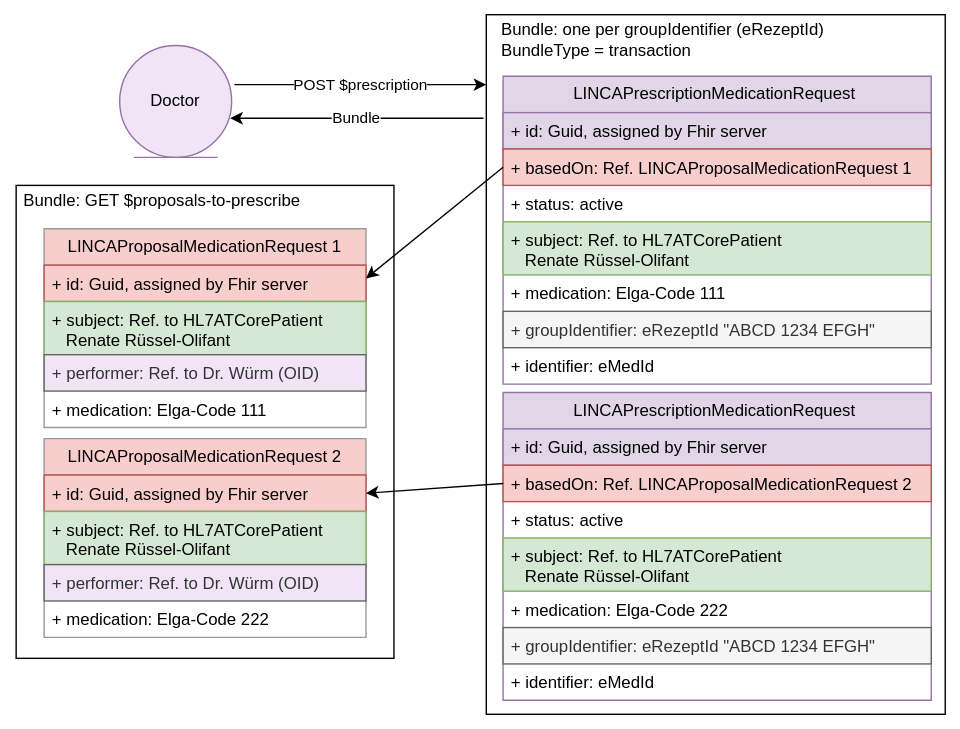
Above: r5-LinkedCare-dev/UserStory_010_diagram.svg in HL7Austria/hl7austria.github.io (draw.io), before the change. Source tidied: cells renumbered, new cells last; positions are measured from the earlier drawing's top-left corner, leaving out a move shared by most shapes.
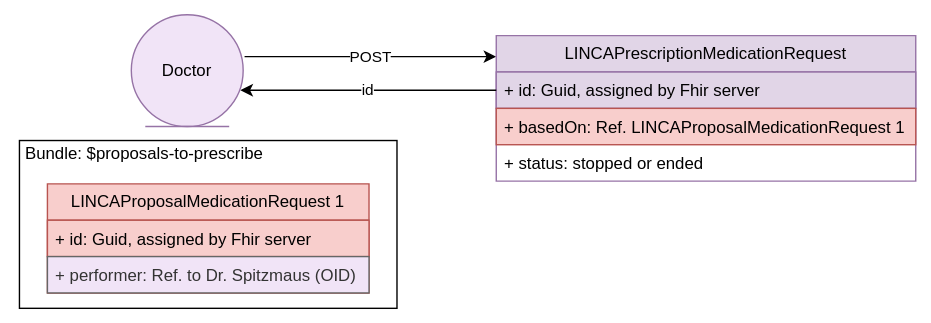
Above is the later version.

The edit, as a diff of the source:
```diff
@@ -2,116 +2,46 @@
   <root>
     <mxCell id="0" />
     <mxCell id="1" parent="0" />
-    <mxCell id="2" style="rounded=0;whiteSpace=wrap;html=1;" parent="1" vertex="1">
-      <mxGeometry x="337" width="328" height="500" as="geometry" />
-    </mxCell>
     <mxCell id="3" style="rounded=0;whiteSpace=wrap;html=1;" parent="1" vertex="1">
-      <mxGeometry x="1" y="122" width="270" height="338" as="geometry" />
+      <mxGeometry x="-4" y="110" width="270" height="120" as="geometry" />
     </mxCell>
-    <mxCell id="4" value="POST $prescription" style="endArrow=classic;html=1;rounded=0;" parent="1" edge="1">
+    <mxCell id="4" value="POST" style="endArrow=classic;html=1;rounded=0;" parent="1" edge="1">
       <mxGeometry relative="1" as="geometry">
         <mxPoint x="157" y="50" as="sourcePoint" />
         <mxPoint x="337" y="50" as="targetPoint" />
       </mxGeometry>
     </mxCell>
-    <mxCell id="5" value="LINCAPrescriptionMedicationRequest&amp;nbsp;" style="swimlane;fontStyle=0;horizontal=1;startSize=26;fillColor=#e1d5e7;whiteSpace=wrap;html=1;strokeColor=#9673a6;" parent="1" vertex="1">
-      <mxGeometry x="349" y="44" width="306" height="220" as="geometry" />
+    <mxCell id="5" value="LINCAPrescriptionMedicationRequest" style="swimlane;fontStyle=0;horizontal=1;startSize=26;fillColor=#e1d5e7;whiteSpace=wrap;html=1;strokeColor=#9673a6;" parent="1" vertex="1">
+      <mxGeometry x="337" y="35" width="300" height="104" as="geometry" />
     </mxCell>
     <mxCell id="6" value="+ id: Guid, assigned by Fhir server" style="text;strokeColor=#9673a6;fillColor=#e1d5e7;align=left;verticalAlign=top;spacingLeft=4;spacingRight=4;overflow=hidden;points=[[0,0.5],[1,0.5]];portConstraint=eastwest;whiteSpace=wrap;html=1;" parent="5" vertex="1">
-      <mxGeometry y="26" width="306" height="26" as="geometry" />
+      <mxGeometry y="26" width="300" height="26" as="geometry" />
     </mxCell>
     <mxCell id="7" value="+ basedOn: Ref. LINCAProposalMedicationRequest 1" style="text;strokeColor=#b85450;fillColor=#f8cecc;align=left;verticalAlign=top;spacingLeft=4;spacingRight=4;overflow=hidden;points=[[0,0.5],[1,0.5]];portConstraint=eastwest;whiteSpace=wrap;html=1;" parent="5" vertex="1">
-      <mxGeometry y="52" width="306" height="26" as="geometry" />
+      <mxGeometry y="52" width="300" height="26" as="geometry" />
     </mxCell>
-    <mxCell id="8" value="+ status: active" style="text;align=left;verticalAlign=top;spacingLeft=4;spacingRight=4;overflow=hidden;whiteSpace=wrap;html=1;" parent="5" vertex="1">
-      <mxGeometry y="78" width="306" height="26" as="geometry" />
+    <mxCell id="8" value="+ status: stopped or ended" style="text;align=left;verticalAlign=top;spacingLeft=4;spacingRight=4;overflow=hidden;whiteSpace=wrap;html=1;" parent="5" vertex="1">
+      <mxGeometry y="78" width="300" height="26" as="geometry" />
     </mxCell>
-    <mxCell id="9" value="+ subject: Ref. to HL7ATCorePatient&amp;nbsp; &lt;br&gt;&amp;nbsp; &amp;nbsp;Renate Rüssel-Olifant" style="text;strokeColor=#82b366;fillColor=#d5e8d4;align=left;verticalAlign=top;spacingLeft=4;spacingRight=4;overflow=hidden;whiteSpace=wrap;html=1;" parent="5" vertex="1">
-      <mxGeometry y="104" width="306" height="38" as="geometry" />
-    </mxCell>
-    <mxCell id="10" value="+ medication: Elga-Code 111" style="text;align=left;verticalAlign=top;spacingLeft=4;spacingRight=4;overflow=hidden;whiteSpace=wrap;html=1;" parent="5" vertex="1">
-      <mxGeometry y="142" width="306" height="26" as="geometry" />
-    </mxCell>
-    <mxCell id="11" value="+ groupIdentifier: eRezeptId &quot;ABCD 1234 EFGH&quot;" style="text;align=left;verticalAlign=top;spacingLeft=4;spacingRight=4;overflow=hidden;whiteSpace=wrap;html=1;fillColor=#f5f5f5;fontColor=#333333;strokeColor=#666666;" parent="5" vertex="1">
-      <mxGeometry y="168" width="306" height="26" as="geometry" />
-    </mxCell>
-    <mxCell id="12" value="+ identifier: eMedId" style="text;align=left;verticalAlign=top;spacingLeft=4;spacingRight=4;overflow=hidden;whiteSpace=wrap;html=1;" parent="5" vertex="1">
-      <mxGeometry y="194" width="306" height="26" as="geometry" />
-    </mxCell>
-    <mxCell id="13" value="Bundle" style="endArrow=classic;html=1;rounded=0;" parent="1" edge="1">
-      <mxGeometry x="0.01" relative="1" as="geometry">
-        <mxPoint x="335" y="74" as="sourcePoint" />
+    <mxCell id="13" value="id" style="endArrow=classic;html=1;rounded=0;exitX=0;exitY=0.5;exitDx=0;exitDy=0;" parent="1" edge="1" source="6">
+      <mxGeometry relative="1" as="geometry">
         <mxPoint x="154" y="74" as="targetPoint" />
       </mxGeometry>
     </mxCell>
-    <mxCell id="14" value="LINCAProposalMedicationRequest 1" style="swimlane;fontStyle=0;horizontal=1;startSize=26;fillColor=#f8cecc;whiteSpace=wrap;html=1;strokeColor=#999999;" parent="1" vertex="1">
-      <mxGeometry x="21" y="153" width="230" height="142" as="geometry" />
+    <mxCell id="14" value="LINCAProposalMedicationRequest 1" style="swimlane;fontStyle=0;horizontal=1;startSize=26;fillColor=#f8cecc;whiteSpace=wrap;html=1;strokeColor=#b85450;" parent="1" vertex="1">
+      <mxGeometry x="16" y="141" width="230" height="78" as="geometry" />
     </mxCell>
     <mxCell id="15" value="+ id: Guid, assigned by Fhir server" style="text;strokeColor=#b85450;fillColor=#f8cecc;align=left;verticalAlign=top;spacingLeft=4;spacingRight=4;overflow=hidden;whiteSpace=wrap;html=1;" parent="14" vertex="1">
       <mxGeometry y="26" width="230" height="26" as="geometry" />
     </mxCell>
-    <mxCell id="16" value="+ subject: Ref. to HL7ATCorePatient&amp;nbsp; &lt;br&gt;&amp;nbsp; &amp;nbsp;Renate Rüssel-Olifant" style="text;strokeColor=#82b366;fillColor=#d5e8d4;align=left;verticalAlign=top;spacingLeft=4;spacingRight=4;overflow=hidden;whiteSpace=wrap;html=1;" parent="14" vertex="1">
-      <mxGeometry y="52" width="230" height="38" as="geometry" />
-    </mxCell>
-    <mxCell id="17" value="+ performer: Ref. to Dr. Würm (OID)" style="text;strokeColor=#666666;fillColor=#F1E4F7;align=left;verticalAlign=top;spacingLeft=4;spacingRight=4;overflow=hidden;whiteSpace=wrap;html=1;fontColor=#333333;" parent="14" vertex="1">
-      <mxGeometry y="90" width="230" height="26" as="geometry" />
+    <mxCell id="17" value="+ performer: Ref. to Dr. Spitzmaus (OID)" style="text;strokeColor=#666666;fillColor=#F1E4F7;align=left;verticalAlign=top;spacingLeft=4;spacingRight=4;overflow=hidden;whiteSpace=wrap;html=1;fontColor=#333333;" parent="14" vertex="1">
+      <mxGeometry y="52" width="230" height="26" as="geometry" />
     </mxCell>
-    <mxCell id="18" value="+ medication: Elga-Code 111" style="text;align=left;verticalAlign=top;spacingLeft=4;spacingRight=4;overflow=hidden;whiteSpace=wrap;html=1;" parent="14" vertex="1">
-      <mxGeometry y="116" width="230" height="26" as="geometry" />
-    </mxCell>
-    <mxCell id="19" value="Bundle: GET $proposals-to-prescribe" style="text;html=1;strokeColor=none;fillColor=none;align=center;verticalAlign=middle;whiteSpace=wrap;rounded=0;" parent="1" vertex="1">
-      <mxGeometry y="118" width="211" height="30" as="geometry" />
+    <mxCell id="19" value="Bundle: $proposals-to-prescribe" style="text;html=1;strokeColor=none;fillColor=none;align=center;verticalAlign=middle;whiteSpace=wrap;rounded=0;" parent="1" vertex="1">
+      <mxGeometry x="-7" y="105" width="185" height="30" as="geometry" />
     </mxCell>
     <mxCell id="20" value="Doctor" style="ellipse;shape=umlEntity;whiteSpace=wrap;html=1;fillColor=#F1E4F7;strokeColor=#9673a6;" parent="1" vertex="1">
-      <mxGeometry x="75" y="22" width="80" height="80" as="geometry" />
+      <mxGeometry x="76" y="20" width="80" height="80" as="geometry" />
     </mxCell>
-    <mxCell id="21" value="Bundle: one per groupIdentifier (eRezeptId)&lt;br&gt;BundleType = transaction" style="text;html=1;strokeColor=none;fillColor=none;align=left;verticalAlign=middle;whiteSpace=wrap;rounded=0;" parent="1" vertex="1">
-      <mxGeometry x="346" y="3" width="249" height="30" as="geometry" />
-    </mxCell>
-    <mxCell id="22" value="LINCAProposalMedicationRequest 2" style="swimlane;fontStyle=0;horizontal=1;startSize=26;fillColor=#f8cecc;whiteSpace=wrap;html=1;strokeColor=#999999;" parent="1" vertex="1">
-      <mxGeometry x="21" y="303" width="230" height="142" as="geometry" />
-    </mxCell>
-    <mxCell id="23" value="+ id: Guid, assigned by Fhir server" style="text;strokeColor=#b85450;fillColor=#f8cecc;align=left;verticalAlign=top;spacingLeft=4;spacingRight=4;overflow=hidden;points=[[0,0.5],[1,0.5]];portConstraint=eastwest;whiteSpace=wrap;html=1;" parent="22" vertex="1">
-      <mxGeometry y="26" width="230" height="26" as="geometry" />
-    </mxCell>
-    <mxCell id="24" value="+ subject: Ref. to HL7ATCorePatient&amp;nbsp; &lt;br&gt;&amp;nbsp; &amp;nbsp;Renate Rüssel-Olifant" style="text;strokeColor=#82b366;fillColor=#d5e8d4;align=left;verticalAlign=top;spacingLeft=4;spacingRight=4;overflow=hidden;whiteSpace=wrap;html=1;" parent="22" vertex="1">
-      <mxGeometry y="52" width="230" height="38" as="geometry" />
-    </mxCell>
-    <mxCell id="25" value="+ performer: Ref. to Dr. Würm (OID)" style="text;strokeColor=#666666;fillColor=#F1E4F7;align=left;verticalAlign=top;spacingLeft=4;spacingRight=4;overflow=hidden;whiteSpace=wrap;html=1;fontColor=#333333;" parent="22" vertex="1">
-      <mxGeometry y="90" width="230" height="26" as="geometry" />
-    </mxCell>
-    <mxCell id="26" value="+ medication: Elga-Code 222" style="text;align=left;verticalAlign=top;spacingLeft=4;spacingRight=4;overflow=hidden;whiteSpace=wrap;html=1;" parent="22" vertex="1">
-      <mxGeometry y="116" width="230" height="26" as="geometry" />
-    </mxCell>
-    <mxCell id="27" value="LINCAPrescriptionMedicationRequest&amp;nbsp;" style="swimlane;fontStyle=0;horizontal=1;startSize=26;fillColor=#e1d5e7;whiteSpace=wrap;html=1;strokeColor=#9673a6;" parent="1" vertex="1">
-      <mxGeometry x="349" y="270" width="306" height="220" as="geometry" />
-    </mxCell>
-    <mxCell id="28" value="+ id: Guid, assigned by Fhir server" style="text;strokeColor=#9673a6;fillColor=#e1d5e7;align=left;verticalAlign=top;spacingLeft=4;spacingRight=4;overflow=hidden;whiteSpace=wrap;html=1;" parent="27" vertex="1">
-      <mxGeometry y="26" width="306" height="26" as="geometry" />
-    </mxCell>
-    <mxCell id="29" value="+ basedOn: Ref. LINCAProposalMedicationRequest 2" style="text;strokeColor=#b85450;fillColor=#f8cecc;align=left;verticalAlign=top;spacingLeft=4;spacingRight=4;overflow=hidden;points=[[0,0.5],[1,0.5]];portConstraint=eastwest;whiteSpace=wrap;html=1;" parent="27" vertex="1">
-      <mxGeometry y="52" width="306" height="26" as="geometry" />
-    </mxCell>
-    <mxCell id="30" value="+ status: active" style="text;align=left;verticalAlign=top;spacingLeft=4;spacingRight=4;overflow=hidden;whiteSpace=wrap;html=1;" parent="27" vertex="1">
-      <mxGeometry y="78" width="306" height="26" as="geometry" />
-    </mxCell>
-    <mxCell id="31" value="+ subject: Ref. to HL7ATCorePatient&amp;nbsp; &lt;br&gt;&amp;nbsp; &amp;nbsp;Renate Rüssel-Olifant" style="text;strokeColor=#82b366;fillColor=#d5e8d4;align=left;verticalAlign=top;spacingLeft=4;spacingRight=4;overflow=hidden;whiteSpace=wrap;html=1;" parent="27" vertex="1">
-      <mxGeometry y="104" width="306" height="38" as="geometry" />
-    </mxCell>
-    <mxCell id="32" value="+ medication: Elga-Code 222" style="text;align=left;verticalAlign=top;spacingLeft=4;spacingRight=4;overflow=hidden;whiteSpace=wrap;html=1;" parent="27" vertex="1">
-      <mxGeometry y="142" width="306" height="26" as="geometry" />
-    </mxCell>
-    <mxCell id="33" value="+ groupIdentifier: eRezeptId &quot;ABCD 1234 EFGH&quot;" style="text;align=left;verticalAlign=top;spacingLeft=4;spacingRight=4;overflow=hidden;whiteSpace=wrap;html=1;fillColor=#f5f5f5;fontColor=#333333;strokeColor=#666666;" parent="27" vertex="1">
-      <mxGeometry y="168" width="306" height="26" as="geometry" />
-    </mxCell>
-    <mxCell id="34" value="+ identifier: eMedId" style="text;align=left;verticalAlign=top;spacingLeft=4;spacingRight=4;overflow=hidden;whiteSpace=wrap;html=1;" parent="27" vertex="1">
-      <mxGeometry y="194" width="306" height="26" as="geometry" />
-    </mxCell>
-    <mxCell id="35" style="endArrow=classic;html=1;rounded=0;entryX=1;entryY=0.25;entryDx=0;entryDy=0;exitX=0;exitY=0.5;exitDx=0;exitDy=0;" parent="1" edge="1" source="7" target="14">
-      <mxGeometry relative="1" as="geometry" />
-    </mxCell>
-    <mxCell id="36" style="endArrow=classic;html=1;rounded=0;entryX=1;entryY=0.5;entryDx=0;entryDy=0;exitX=0;exitY=0.5;exitDx=0;exitDy=0;" parent="1" edge="1" source="29" target="23">
-      <mxGeometry relative="1" as="geometry" />
-    </mxCell>
   </root>
 </mxGraphModel>
```
